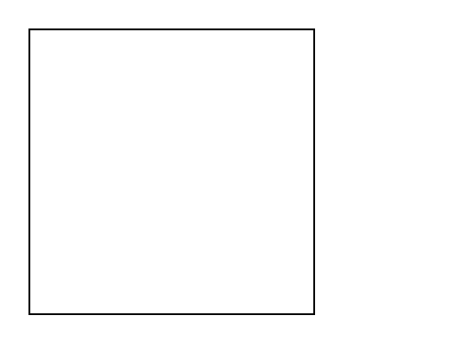
The draw.io diagram test.drawio in henderson2k/scratch, before the edit. Source tidied: cells renumbered, new cells numbered last; positions are measured from the earlier drawing's top-left corner, leaving out a move shared by most shapes. Both pictures are drawn from the tidied source at 178%, with x=0, y=0 at pixel (28, 28).
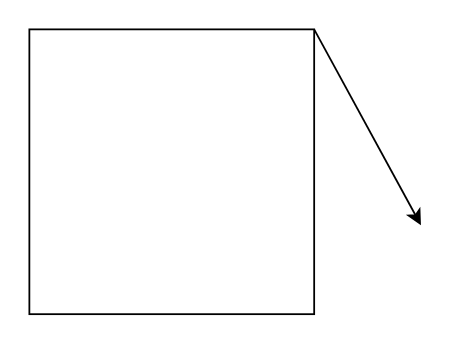
The same page after the edit.

Change to the diagram source:
```diff
@@
 <mxGraphModel>
   <root>
     <mxCell id="0" />
     <mxCell id="1" parent="0" />
+    <mxCell id="3" style="edgeStyle=none;html=1;exitX=1;exitY=0;exitDx=0;exitDy=0;" parent="1" edge="1" source="2">
+      <mxGeometry relative="1" as="geometry">
+        <mxPoint x="220" y="110" as="targetPoint" />
+      </mxGeometry>
+    </mxCell>
     <mxCell id="2" style="whiteSpace=wrap;html=1;" parent="1" vertex="1">
       <mxGeometry width="160" height="160" as="geometry" />
     </mxCell>
   </root>
 </mxGraphModel>
```
